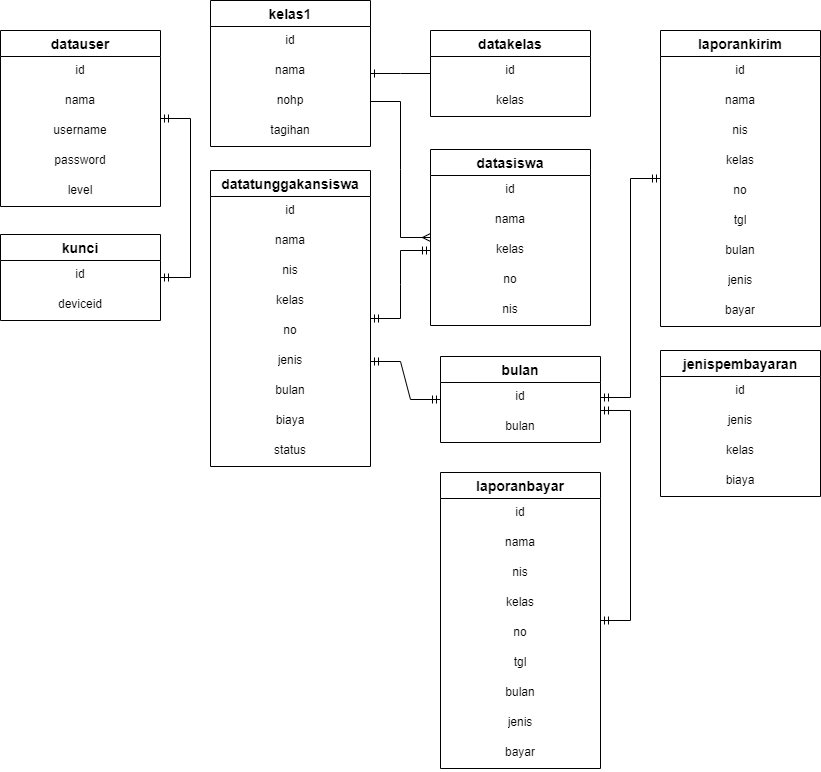
Dityaren/Diagram keeps this draw.io diagram as ERD.drawio.png. Above is the earlier version. Source tidied: cells renumbered, new cells last; positions are measured from the earlier drawing's top-left corner, leaving out a move shared by most shapes.
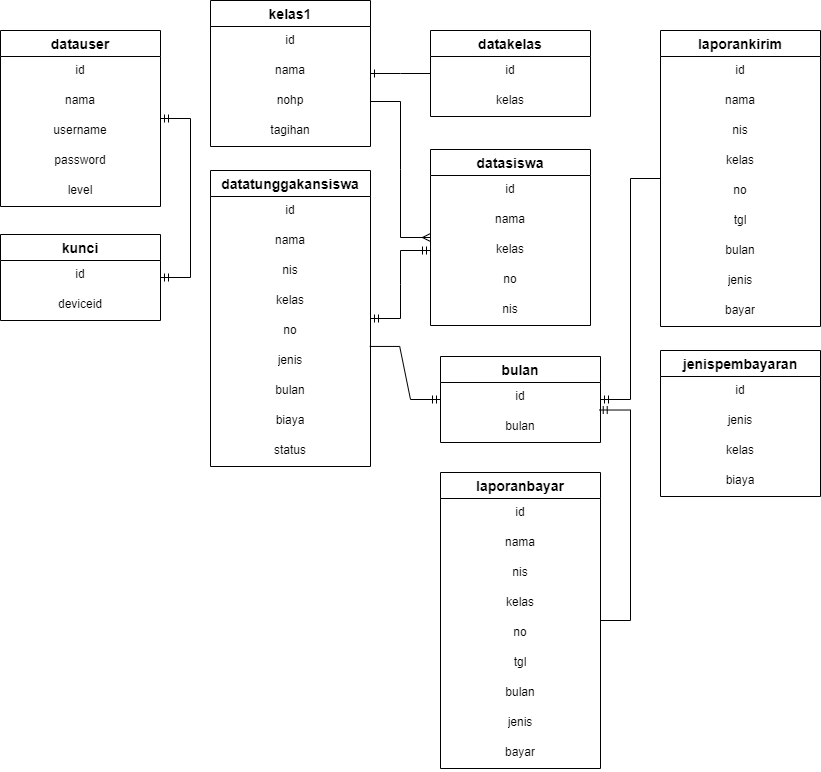
The same diagram one commit later.

Change to the diagram source:
```diff
@@ -197,14 +197,14 @@
     <mxCell id="66" style="edgeStyle=entityRelationEdgeStyle;fontSize=12;html=1;endArrow=ERmandOne;startArrow=ERmandOne;rounded=0;" parent="1" edge="1" source="8" target="2">
       <mxGeometry relative="1" as="geometry" />
     </mxCell>
-    <mxCell id="67" style="edgeStyle=entityRelationEdgeStyle;fontSize=12;html=1;endArrow=ERmandOne;startArrow=ERmandOne;rounded=0;" parent="1" edge="1" source="44" target="14">
+    <mxCell id="67" style="edgeStyle=entityRelationEdgeStyle;fontSize=12;html=1;endArrow=ERmandOne;rounded=0;exitX=0.995;exitY=-0.002;exitDx=0;exitDy=0;exitPerimeter=0;" parent="1" edge="1" source="44" target="14">
       <mxGeometry relative="1" as="geometry" />
     </mxCell>
-    <mxCell id="68" style="edgeStyle=entityRelationEdgeStyle;fontSize=12;html=1;endArrow=ERmandOne;startArrow=ERmandOne;rounded=0;entryX=1;entryY=0.933;entryDx=0;entryDy=0;entryPerimeter=0;" parent="1" edge="1" source="53" target="15">
-      <mxGeometry relative="1" as="geometry" />
-    </mxCell>
-    <mxCell id="69" style="edgeStyle=entityRelationEdgeStyle;fontSize=12;html=1;endArrow=ERmandOne;startArrow=ERmandOne;rounded=0;" parent="1" edge="1" source="15" target="23">
-      <mxGeometry relative="1" as="geometry" />
-    </mxCell>
+    <mxCell id="70" style="edgeStyle=entityRelationEdgeStyle;fontSize=12;html=1;endArrow=ERmandOne;rounded=0;" parent="1" edge="1" source="23" target="14">
+      <mxGeometry relative="1" as="geometry" />
+    </mxCell>
+    <mxCell id="71" style="edgeStyle=entityRelationEdgeStyle;fontSize=12;html=1;endArrow=ERmandOne;rounded=0;entryX=0.992;entryY=-0.083;entryDx=0;entryDy=0;entryPerimeter=0;" parent="1" edge="1" source="53" target="16">
+      <mxGeometry relative="1" as="geometry" />
+    </mxCell>
   </root>
 </mxGraphModel>
```
